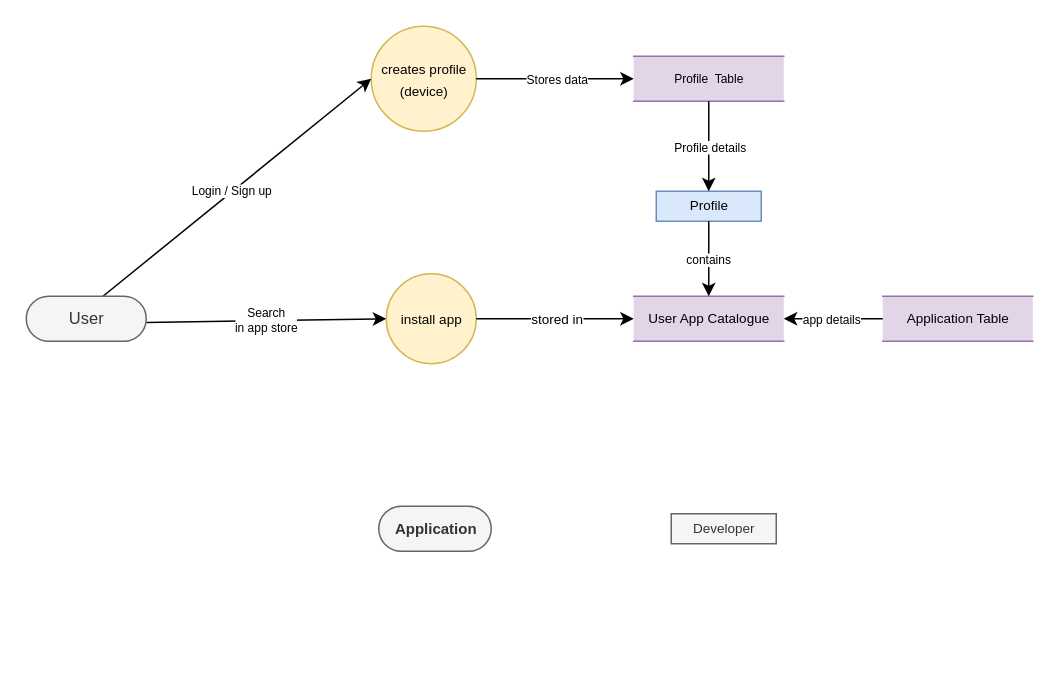
Earlier version of the draw.io diagram dfd_3.drawio (Charan-Patnaik/dmdd). Source tidied: cells renumbered, new cells numbered last; positions are measured from the earlier drawing's top-left corner, leaving out a move shared by most shapes. Both pictures are drawn from the tidied source at 150%, with x=0, y=0 at pixel (26, 26).
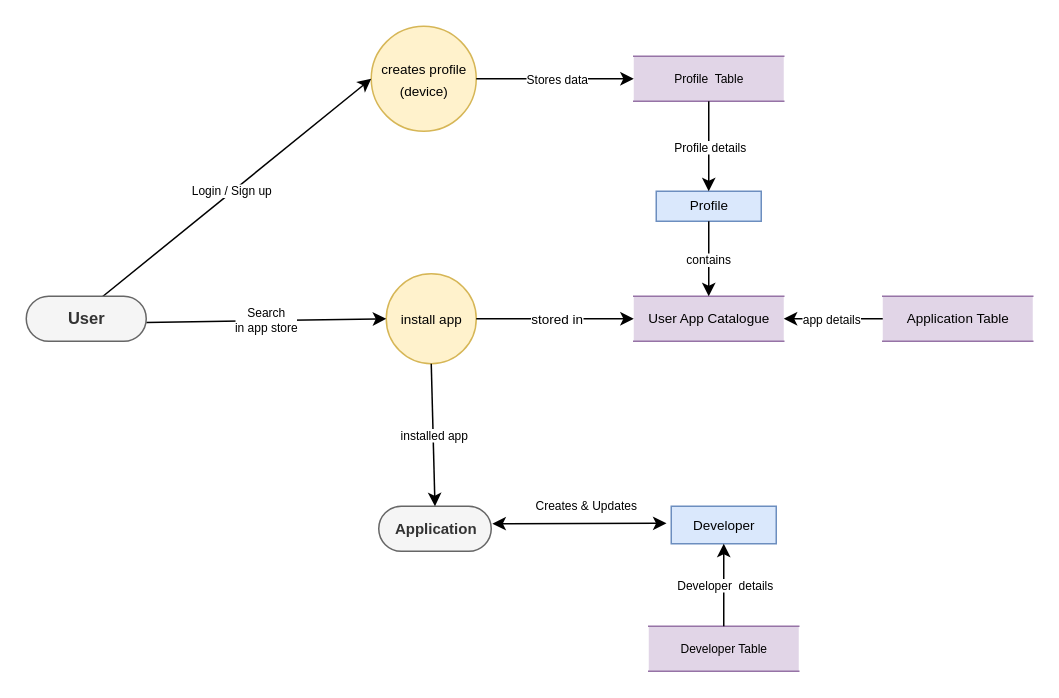
The same page after the edit.

Unchanged cells that the change refers to:
```xml
<mxCell id="5" value="&lt;font style=&quot;font-size: 9px;&quot;&gt;&lt;br&gt;install app&lt;br&gt;&lt;br&gt;&lt;/font&gt;" style="shape=ellipse;html=1;dashed=0;whitespace=wrap;perimeter=ellipsePerimeter;fontSize=12;fillColor=#fff2cc;strokeColor=#d6b656;" parent="1" vertex="1">
  <mxGeometry x="240" y="165" width="60" height="60" as="geometry" />
</mxCell>
<mxCell id="20" value="Application" style="html=1;dashed=0;whitespace=wrap;shape=mxgraph.dfd.start;fillColor=#f5f5f5;fontColor=#333333;strokeColor=#666666;fontStyle=1;fontSize=10;" parent="1" vertex="1">
  <mxGeometry x="235" y="320" width="75" height="30" as="geometry" />
</mxCell>
```

What changed in the source:
```diff
@@
-    <mxCell id="21" value="Developer" style="html=1;dashed=0;whitespace=wrap;fontSize=9;fillColor=#f5f5f5;fontColor=#333333;strokeColor=#666666;" parent="1" vertex="1">
-      <mxGeometry x="430" y="325" width="70" height="20" as="geometry" />
+    <mxCell id="21" value="Developer" style="html=1;dashed=0;whitespace=wrap;fontSize=9;fillColor=#dae8fc;strokeColor=#6c8ebf;" parent="1" vertex="1">
+      <mxGeometry x="430" y="320" width="70" height="25" as="geometry" />
     </mxCell>
-    <mxCell id="22" value="User" style="html=1;dashed=0;whitespace=wrap;shape=mxgraph.dfd.start;fontSize=11;fillColor=#f5f5f5;fontColor=#333333;strokeColor=#666666;" parent="1" vertex="1">
+    <mxCell id="22" value="User" style="html=1;dashed=0;whitespace=wrap;shape=mxgraph.dfd.start;fontSize=11;fillColor=#f5f5f5;fontColor=#333333;strokeColor=#666666;fontStyle=1;" parent="1" vertex="1">
       <mxGeometry y="180" width="80" height="30" as="geometry" />
     </mxCell>
+    <mxCell id="23" style="endArrow=classic;html=1;rounded=0;fontSize=10;exitX=0.5;exitY=1;exitDx=0;exitDy=0;entryX=0.5;entryY=0.5;entryDx=0;entryDy=-15;entryPerimeter=0;" parent="1" edge="1" source="5" target="20">
+      <mxGeometry relative="1" as="geometry" />
+    </mxCell>
+    <mxCell id="24" value="installed app" style="edgeLabel;html=1;align=center;verticalAlign=middle;rounded=1;fontSize=8;" parent="23" vertex="1">
+      <mxGeometry relative="1" as="geometry" />
+    </mxCell>
+    <mxCell id="25" style="endArrow=classic;startArrow=classic;html=1;rounded=0;fontSize=8;exitX=1.01;exitY=0.388;exitDx=0;exitDy=0;exitPerimeter=0;entryX=-0.045;entryY=0.454;entryDx=0;entryDy=0;entryPerimeter=0;" parent="1" edge="1" source="20" target="21">
+      <mxGeometry relative="1" as="geometry" />
+    </mxCell>
+    <mxCell id="26" value="Developer Table&lt;br&gt;" style="html=1;dashed=0;whitespace=wrap;shape=partialRectangle;right=0;left=0;rounded=1;fontSize=8;fillColor=#e1d5e7;strokeColor=#9673a6;" parent="1" vertex="1">
+      <mxGeometry x="415" y="400" width="100" height="30" as="geometry" />
+    </mxCell>
+    <mxCell id="27" style="endArrow=classic;html=1;rounded=0;fontSize=8;exitX=0.5;exitY=0;exitDx=0;exitDy=0;entryX=0.5;entryY=1;entryDx=0;entryDy=0;" parent="1" edge="1" source="26" target="21">
+      <mxGeometry relative="1" as="geometry" />
+    </mxCell>
+    <mxCell id="28" value="Developer&amp;nbsp; details" style="edgeLabel;html=1;align=center;verticalAlign=middle;rounded=1;fontSize=8;" parent="27" vertex="1">
+      <mxGeometry relative="1" as="geometry" />
+    </mxCell>
+    <mxCell id="29" value="Creates &amp;amp; Updates" style="text;strokeColor=none;fillColor=none;align=left;verticalAlign=middle;spacingLeft=4;spacingRight=4;overflow=hidden;whiteSpace=wrap;html=1;fontSize=8;" parent="1" vertex="1">
+      <mxGeometry x="334" y="305" width="80" height="30" as="geometry" />
+    </mxCell>
```
